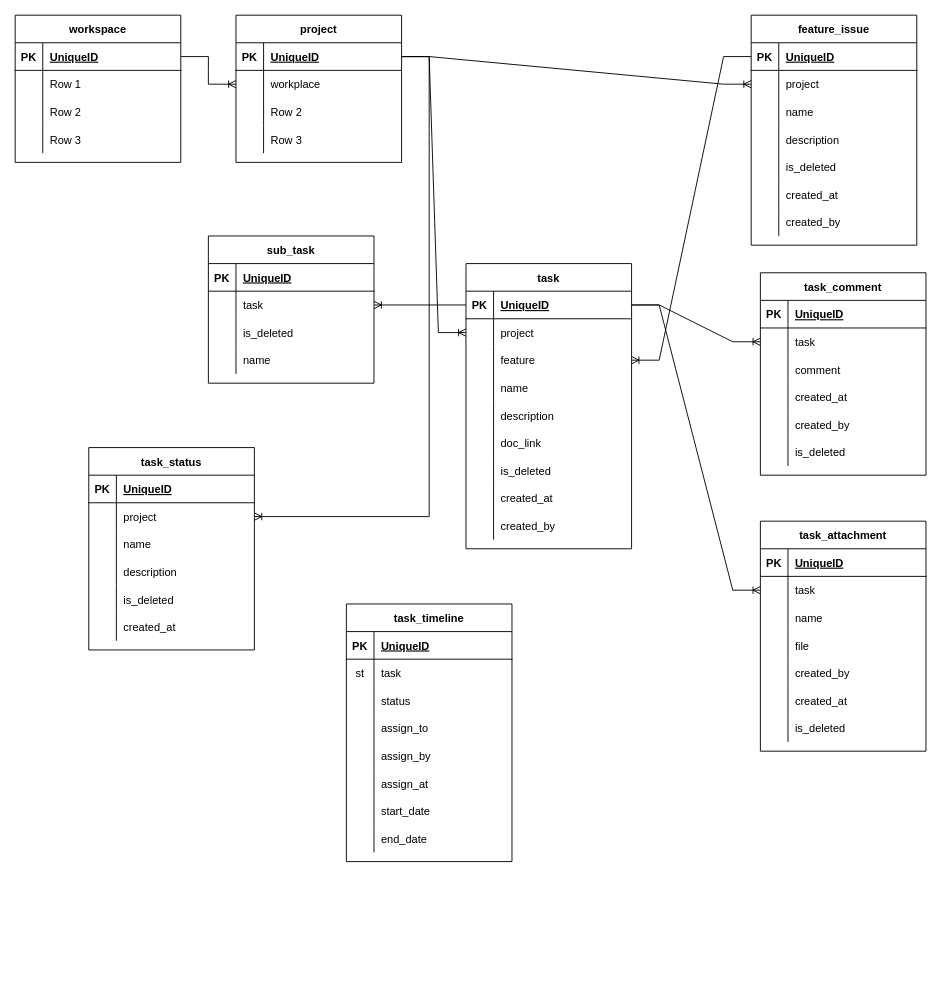
Earlier version of the draw.io diagram docs/ER.drawio (effective-solutions-xyz/daily-update). Source tidied: cells renumbered, new cells numbered last; positions are measured from the earlier drawing's top-left corner, leaving out a move shared by most shapes. Both pictures are drawn from the tidied source at 92%, with x=0, y=0 at pixel (15, 15).
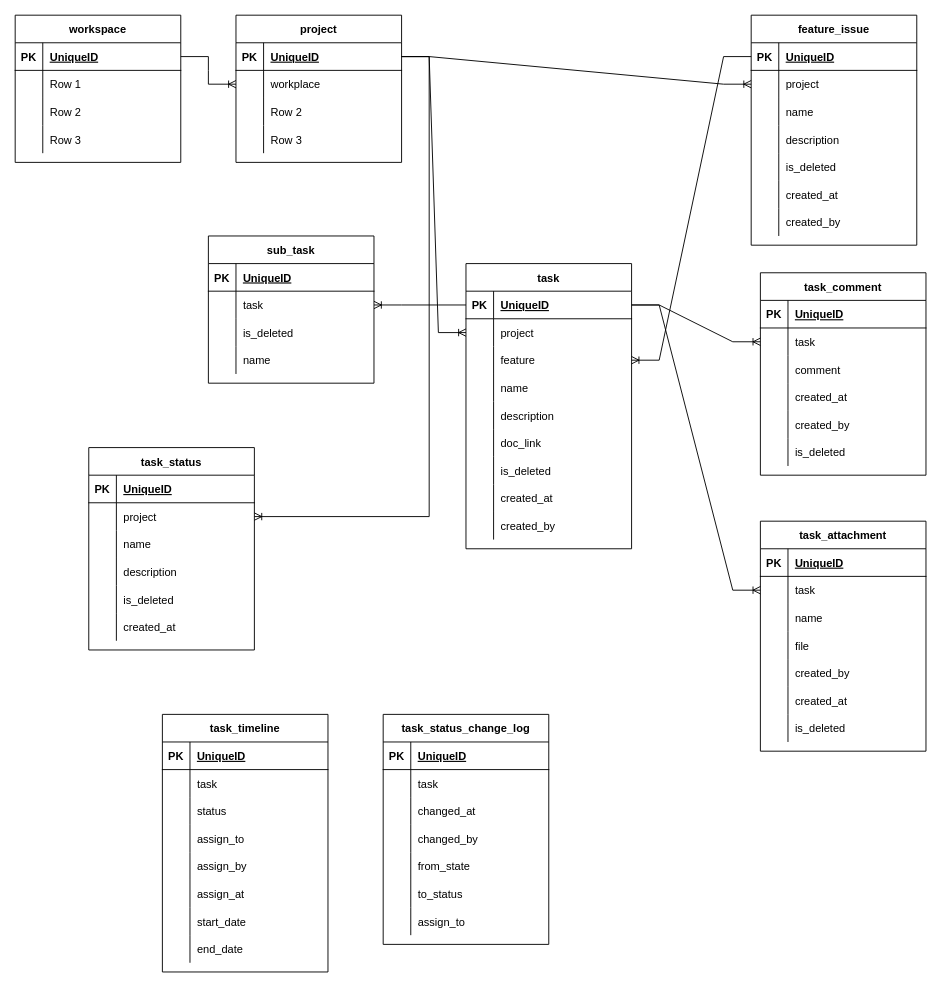
Above is the later version.

The change refers to these unchanged cells:
```xml
<mxCell id="163" style="shape=partialRectangle;fillColor=none;top=0;left=0;bottom=0;right=0;" parent="159" vertex="1">
  <mxGeometry y="60" width="180" height="30" as="geometry" />
</mxCell>
```

Diff of the diagram source:
```diff
@@
     <mxCell id="159" value="task_timeline" style="shape=table;startSize=30;childLayout=tableLayout;rowLines=0;fontStyle=1;align=center;" parent="1" vertex="1">
-      <mxGeometry x="360" y="640" width="180" height="280" as="geometry" />
+      <mxGeometry x="160" y="760" width="180" height="280" as="geometry" />
     </mxCell>
@@
-    <mxCell id="164" value="st" style="shape=partialRectangle;fillColor=none;top=0;left=0;bottom=0;right=0;overflow=hidden;" parent="163" vertex="1">
+    <mxCell id="164" style="shape=partialRectangle;fillColor=none;top=0;left=0;bottom=0;right=0;overflow=hidden;" parent="163" vertex="1">
       <mxGeometry width="30" height="30" as="geometry" />
     </mxCell>
@@
+    <mxCell id="184" value="task_status_change_log" style="shape=table;startSize=30;childLayout=tableLayout;rowLines=0;fontStyle=1;align=center;" parent="1" vertex="1">
+      <mxGeometry x="400" y="760" width="180" height="250" as="geometry" />
+    </mxCell>
+    <mxCell id="185" style="shape=partialRectangle;fillColor=none;top=0;left=0;bottom=1;right=0;" parent="184" vertex="1">
+      <mxGeometry y="30" width="180" height="30" as="geometry" />
+    </mxCell>
+    <mxCell id="186" value="PK" style="shape=partialRectangle;fillColor=none;top=0;left=0;bottom=0;right=0;fontStyle=1;overflow=hidden;" parent="185" vertex="1">
+      <mxGeometry width="30" height="30" as="geometry" />
+    </mxCell>
+    <mxCell id="187" value="UniqueID" style="shape=partialRectangle;fillColor=none;top=0;left=0;bottom=0;right=0;align=left;spacingLeft=6;fontStyle=5;overflow=hidden;" parent="185" vertex="1">
+      <mxGeometry x="30" width="150" height="30" as="geometry" />
+    </mxCell>
+    <mxCell id="188" style="shape=partialRectangle;fillColor=none;top=0;left=0;bottom=0;right=0;" parent="184" vertex="1">
+      <mxGeometry y="60" width="180" height="30" as="geometry" />
+    </mxCell>
+    <mxCell id="189" style="shape=partialRectangle;fillColor=none;top=0;left=0;bottom=0;right=0;overflow=hidden;" parent="188" vertex="1">
+      <mxGeometry width="30" height="30" as="geometry" />
+    </mxCell>
+    <mxCell id="190" value="task" style="shape=partialRectangle;fillColor=none;top=0;left=0;bottom=0;right=0;align=left;spacingLeft=6;overflow=hidden;" parent="188" vertex="1">
+      <mxGeometry x="30" width="150" height="30" as="geometry" />
+    </mxCell>
+    <mxCell id="191" style="shape=partialRectangle;fillColor=none;top=0;left=0;bottom=0;right=0;" parent="184" vertex="1">
+      <mxGeometry y="90" width="180" height="30" as="geometry" />
+    </mxCell>
+    <mxCell id="192" style="shape=partialRectangle;fillColor=none;top=0;left=0;bottom=0;right=0;overflow=hidden;" parent="191" vertex="1">
+      <mxGeometry width="30" height="30" as="geometry" />
+    </mxCell>
+    <mxCell id="193" value="changed_at" style="shape=partialRectangle;fillColor=none;top=0;left=0;bottom=0;right=0;align=left;spacingLeft=6;overflow=hidden;" parent="191" vertex="1">
+      <mxGeometry x="30" width="150" height="30" as="geometry" />
+    </mxCell>
+    <mxCell id="194" style="shape=partialRectangle;fillColor=none;top=0;left=0;bottom=0;right=0;" parent="184" vertex="1">
+      <mxGeometry y="120" width="180" height="30" as="geometry" />
+    </mxCell>
+    <mxCell id="195" style="shape=partialRectangle;fillColor=none;top=0;left=0;bottom=0;right=0;overflow=hidden;" parent="194" vertex="1">
+      <mxGeometry width="30" height="30" as="geometry" />
+    </mxCell>
+    <mxCell id="196" value="changed_by" style="shape=partialRectangle;fillColor=none;top=0;left=0;bottom=0;right=0;align=left;spacingLeft=6;overflow=hidden;" parent="194" vertex="1">
+      <mxGeometry x="30" width="150" height="30" as="geometry" />
+    </mxCell>
+    <mxCell id="197" style="shape=partialRectangle;fillColor=none;top=0;left=0;bottom=0;right=0;" parent="184" vertex="1">
+      <mxGeometry y="150" width="180" height="30" as="geometry" />
+    </mxCell>
+    <mxCell id="198" style="shape=partialRectangle;fillColor=none;top=0;left=0;bottom=0;right=0;overflow=hidden;" parent="197" vertex="1">
+      <mxGeometry width="30" height="30" as="geometry" />
+    </mxCell>
+    <mxCell id="199" value="from_state" style="shape=partialRectangle;fillColor=none;top=0;left=0;bottom=0;right=0;align=left;spacingLeft=6;overflow=hidden;" parent="197" vertex="1">
+      <mxGeometry x="30" width="150" height="30" as="geometry" />
+    </mxCell>
+    <mxCell id="200" style="shape=partialRectangle;fillColor=none;top=0;left=0;bottom=0;right=0;" parent="184" vertex="1">
+      <mxGeometry y="180" width="180" height="30" as="geometry" />
+    </mxCell>
+    <mxCell id="201" style="shape=partialRectangle;fillColor=none;top=0;left=0;bottom=0;right=0;overflow=hidden;" parent="200" vertex="1">
+      <mxGeometry width="30" height="30" as="geometry" />
+    </mxCell>
+    <mxCell id="202" value="to_status" style="shape=partialRectangle;fillColor=none;top=0;left=0;bottom=0;right=0;align=left;spacingLeft=6;overflow=hidden;" parent="200" vertex="1">
+      <mxGeometry x="30" width="150" height="30" as="geometry" />
+    </mxCell>
+    <mxCell id="203" style="shape=partialRectangle;fillColor=none;top=0;left=0;bottom=0;right=0;" parent="184" vertex="1">
+      <mxGeometry y="210" width="180" height="30" as="geometry" />
+    </mxCell>
+    <mxCell id="204" style="shape=partialRectangle;fillColor=none;top=0;left=0;bottom=0;right=0;overflow=hidden;" parent="203" vertex="1">
+      <mxGeometry width="30" height="30" as="geometry" />
+    </mxCell>
+    <mxCell id="205" value="assign_to" style="shape=partialRectangle;fillColor=none;top=0;left=0;bottom=0;right=0;align=left;spacingLeft=6;overflow=hidden;" parent="203" vertex="1">
+      <mxGeometry x="30" width="150" height="30" as="geometry" />
+    </mxCell>
```
